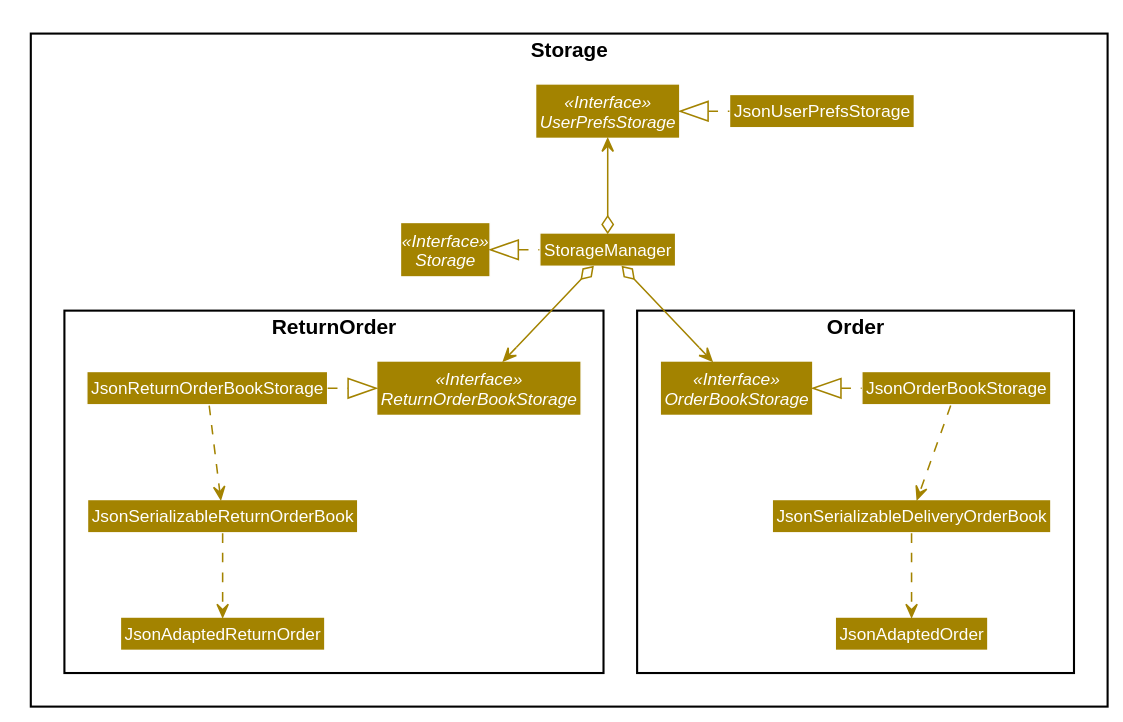
The PlantUML diagram docs/images/StorageClassDiagram.svg in nus-cs2103-AY1920S2/addressbook-level3, before a commit.
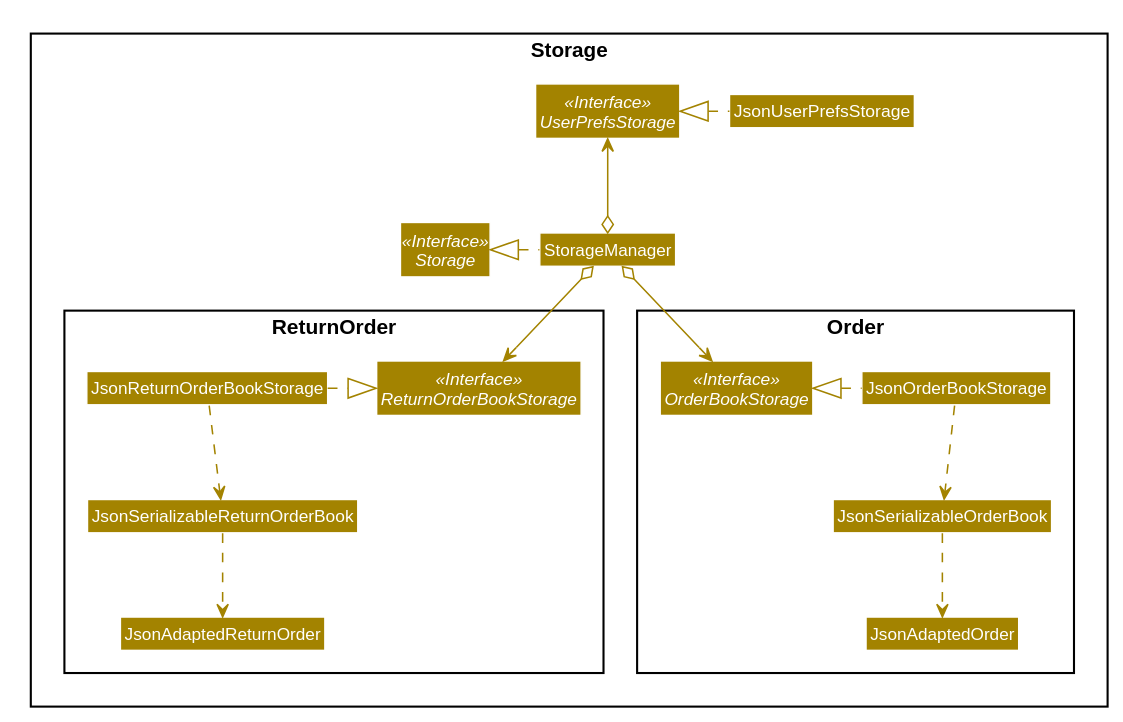
Above is the later version.

Commit message:
Update the StorageClassDiagram due to the change in the name for JsonSerializableDeliveryOrderBook to JsonSerializableOrderBook.

What changed in the source:
```diff
@@ -60,7 +60,7 @@
 package Order {
 Interface OrderBookStorage <<Interface>>
 Class JsonOrderBookStorage
-Class JsonSerializableDeliveryOrderBook
+Class JsonSerializableOrderBook
 Class JsonAdaptedOrder
 }
 package ReturnOrder {
@@ -81,8 +81,8 @@
 JsonOrderBookStorage .left.|> OrderBookStorage
 OrderBookStorage .left[hidden].> ReturnOrderBookStorage
 JsonReturnOrderBookStorage .right.|> ReturnOrderBookStorage
-JsonOrderBookStorage .down.> JsonSerializableDeliveryOrderBook
+JsonOrderBookStorage .down.> JsonSerializableOrderBook
 JsonReturnOrderBookStorage .down.> JsonSerializableReturnOrderBook
-JsonSerializableDeliveryOrderBook .down.> JsonAdaptedOrder
+JsonSerializableOrderBook .down.> JsonAdaptedOrder
 JsonSerializableReturnOrderBook .down.> JsonAdaptedReturnOrder
 @enduml
```
